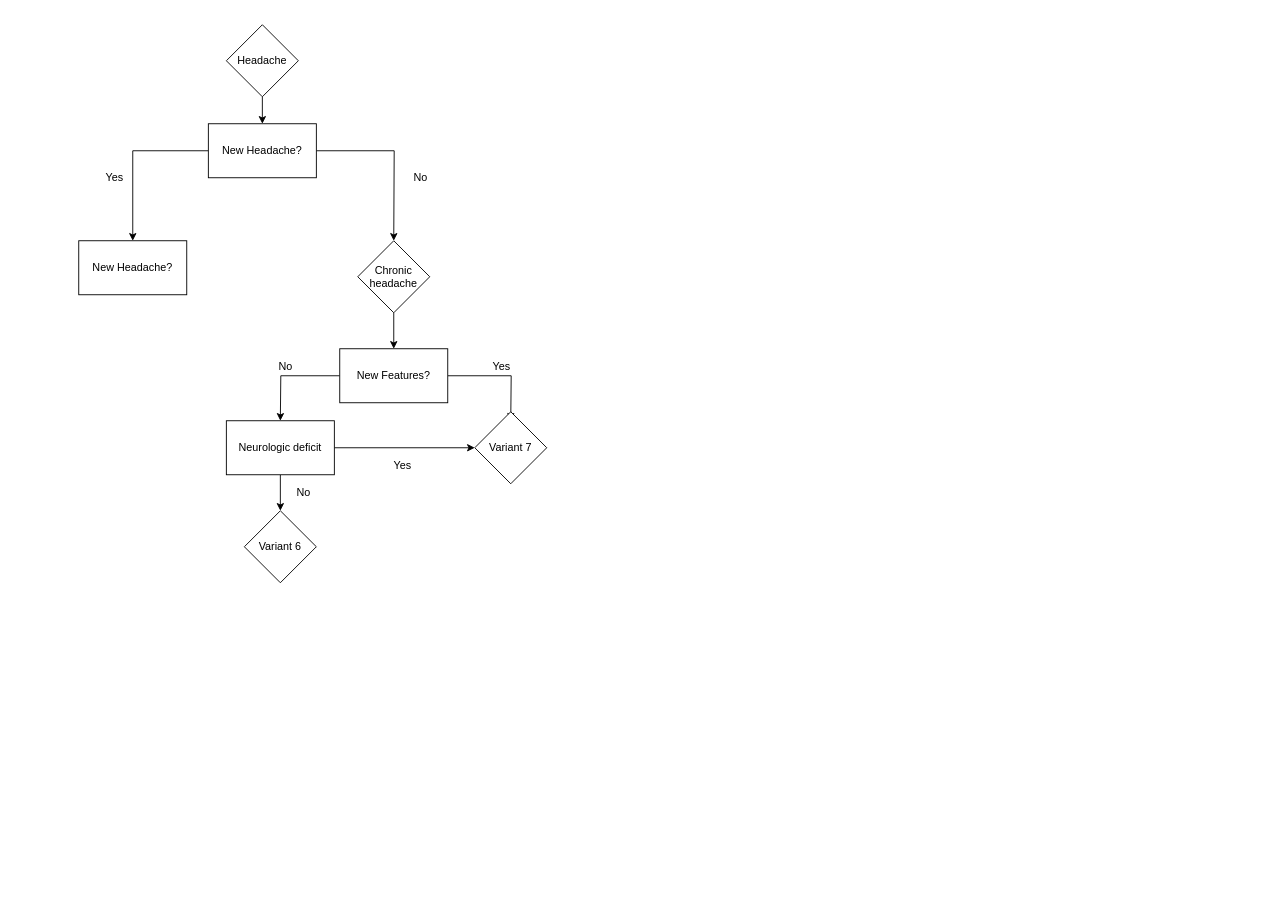
Above: Untitled Diagram.drawio in ColumbusDong/Boptum (draw.io), before the change. Source tidied: cells renumbered, new cells numbered last; positions are measured from the earlier drawing's top-left corner, leaving out a move shared by most shapes. Both pictures are drawn from the tidied source at 90%, with x=0, y=0 at pixel (78, 24).
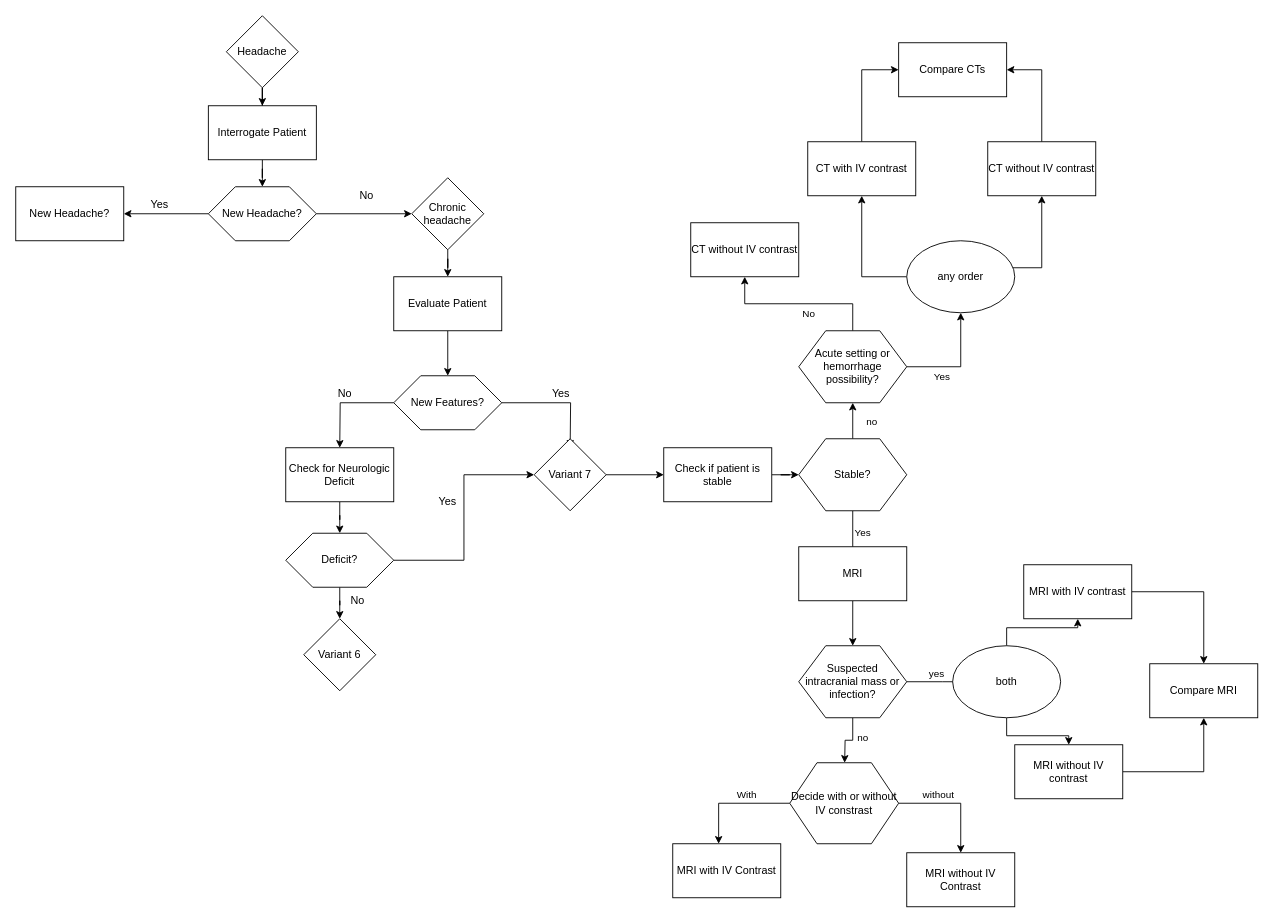
Above is the later version.

Commit message:
Variant 6 and 7 Complete

Change to the diagram source:
```diff
@@
-    <mxCell id="2" style="edgeStyle=orthogonalEdgeStyle;rounded=0;jettySize=auto;html=1;exitX=0.5;exitY=1;exitDx=0;exitDy=0;entryX=0.5;entryY=0;entryDx=0;entryDy=0;" parent="1" edge="1" source="3" target="6">
-      <mxGeometry relative="1" as="geometry" />
-    </mxCell>
+    <mxCell id="24" style="edgeStyle=orthogonalEdgeStyle;rounded=0;jettySize=auto;html=1;entryX=0.5;entryY=0;entryDx=0;entryDy=0;" parent="1" edge="1" source="3" target="29">
+      <mxGeometry relative="1" as="geometry" />
+    </mxCell>
     <mxCell id="3" value="Headache" style="rhombus;whiteSpace=wrap;html=1;" parent="1" vertex="1">
-      <mxGeometry x="164" width="80" height="80" as="geometry" />
+      <mxGeometry x="164" y="-10" width="80" height="80" as="geometry" />
     </mxCell>
@@
-    <mxCell id="5" style="edgeStyle=orthogonalEdgeStyle;rounded=0;jettySize=auto;html=1;" parent="1" edge="1" source="6">
-      <mxGeometry relative="1" as="geometry">
-        <mxPoint x="350" y="240" as="targetPoint" />
-      </mxGeometry>
+    <mxCell id="5" style="edgeStyle=orthogonalEdgeStyle;rounded=0;jettySize=auto;html=1;entryX=0;entryY=0.5;entryDx=0;entryDy=0;" parent="1" edge="1" source="6" target="11">
+      <mxGeometry relative="1" as="geometry" />
     </mxCell>
-    <mxCell id="6" value="New Headache?" style="rounded=0;whiteSpace=wrap;html=1;" parent="1" vertex="1">
-      <mxGeometry x="144" y="110" width="120" height="60" as="geometry" />
+    <mxCell id="6" value="New Headache?" style="shape=hexagon;perimeter=hexagonPerimeter2;rounded=0;whiteSpace=wrap;html=1;" parent="1" vertex="1">
+      <mxGeometry x="144" y="180" width="120" height="60" as="geometry" />
     </mxCell>
     <mxCell id="7" value="New Headache?" style="rounded=0;whiteSpace=wrap;html=1;" parent="1" vertex="1">
-      <mxGeometry y="240" width="120" height="60" as="geometry" />
+      <mxGeometry x="-70" y="180" width="120" height="60" as="geometry" />
     </mxCell>
     <mxCell id="8" value="Yes" style="text;html=1;strokeColor=none;fillColor=none;align=center;verticalAlign=middle;whiteSpace=wrap;rounded=0;" parent="1" vertex="1">
-      <mxGeometry x="20" y="160" width="40" height="20" as="geometry" />
+      <mxGeometry x="70" y="190" width="40" height="20" as="geometry" />
     </mxCell>
     <mxCell id="9" value="No" style="text;html=1;strokeColor=none;fillColor=none;align=center;verticalAlign=middle;whiteSpace=wrap;rounded=0;" parent="1" vertex="1">
-      <mxGeometry x="360" y="160" width="40" height="20" as="geometry" />
+      <mxGeometry x="300" y="180" width="40" height="20" as="geometry" />
     </mxCell>
-    <mxCell id="10" style="edgeStyle=orthogonalEdgeStyle;rounded=0;jettySize=auto;html=1;exitX=0.5;exitY=1;exitDx=0;exitDy=0;entryX=0.5;entryY=0;entryDx=0;entryDy=0;" parent="1" edge="1" source="11" target="14">
-      <mxGeometry relative="1" as="geometry" />
-    </mxCell>
+    <mxCell id="25" style="edgeStyle=orthogonalEdgeStyle;rounded=0;jettySize=auto;html=1;exitX=0.5;exitY=1;exitDx=0;exitDy=0;" parent="1" edge="1" source="11" target="31">
+      <mxGeometry relative="1" as="geometry" />
+    </mxCell>
     <mxCell id="11" value="Chronic headache" style="rhombus;whiteSpace=wrap;html=1;" parent="1" vertex="1">
-      <mxGeometry x="310" y="240" width="80" height="80" as="geometry" />
+      <mxGeometry x="370" y="170" width="80" height="80" as="geometry" />
     </mxCell>
     <mxCell id="12" style="edgeStyle=orthogonalEdgeStyle;rounded=0;jettySize=auto;html=1;" parent="1" edge="1" source="14">
       <mxGeometry relative="1" as="geometry">
-        <mxPoint x="224" y="440" as="targetPoint" />
+        <mxPoint x="290" y="470" as="targetPoint" />
       </mxGeometry>
     </mxCell>
     <mxCell id="13" style="edgeStyle=orthogonalEdgeStyle;rounded=0;jettySize=auto;html=1;" parent="1" edge="1" source="14">
       <mxGeometry relative="1" as="geometry">
-        <mxPoint x="480" y="440" as="targetPoint" />
+        <mxPoint x="546" y="470" as="targetPoint" />
       </mxGeometry>
     </mxCell>
-    <mxCell id="14" value="New Features?" style="rounded=0;whiteSpace=wrap;html=1;" parent="1" vertex="1">
-      <mxGeometry x="290" y="360" width="120" height="60" as="geometry" />
+    <mxCell id="14" value="New Features?" style="shape=hexagon;perimeter=hexagonPerimeter2;rounded=0;whiteSpace=wrap;html=1;" parent="1" vertex="1">
+      <mxGeometry x="350" y="390" width="120" height="60" as="geometry" />
     </mxCell>
     <mxCell id="15" value="Variant 6" style="rhombus;whiteSpace=wrap;html=1;" parent="1" vertex="1">
-      <mxGeometry x="184" y="540" width="80" height="80" as="geometry" />
+      <mxGeometry x="250" y="660" width="80" height="80" as="geometry" />
     </mxCell>
+    <mxCell id="26" style="edgeStyle=orthogonalEdgeStyle;rounded=0;jettySize=auto;html=1;entryX=0;entryY=0.5;entryDx=0;entryDy=0;" parent="1" edge="1" source="16" target="36">
+      <mxGeometry relative="1" as="geometry" />
+    </mxCell>
     <mxCell id="16" value="Variant 7" style="rhombus;whiteSpace=wrap;html=1;" parent="1" vertex="1">
-      <mxGeometry x="440" y="430" width="80" height="80" as="geometry" />
+      <mxGeometry x="506" y="460" width="80" height="80" as="geometry" />
     </mxCell>
     <mxCell id="17" value="No" style="text;html=1;strokeColor=none;fillColor=none;align=center;verticalAlign=middle;whiteSpace=wrap;rounded=0;" parent="1" vertex="1">
-      <mxGeometry x="210" y="370" width="40" height="20" as="geometry" />
+      <mxGeometry x="276" y="400" width="40" height="20" as="geometry" />
     </mxCell>
     <mxCell id="18" value="Yes" style="text;html=1;strokeColor=none;fillColor=none;align=center;verticalAlign=middle;whiteSpace=wrap;rounded=0;" parent="1" vertex="1">
-      <mxGeometry x="450" y="370" width="40" height="20" as="geometry" />
+      <mxGeometry x="516" y="400" width="40" height="20" as="geometry" />
     </mxCell>
-    <mxCell id="19" style="edgeStyle=orthogonalEdgeStyle;rounded=0;jettySize=auto;html=1;entryX=0.5;entryY=0;entryDx=0;entryDy=0;" parent="1" edge="1" source="21" target="15">
-      <mxGeometry relative="1" as="geometry" />
-    </mxCell>
-    <mxCell id="20" style="edgeStyle=orthogonalEdgeStyle;rounded=0;jettySize=auto;html=1;" parent="1" edge="1" source="21" target="16">
-      <mxGeometry relative="1" as="geometry" />
-    </mxCell>
+    <mxCell id="27" style="edgeStyle=orthogonalEdgeStyle;rounded=0;jettySize=auto;html=1;entryX=0.5;entryY=0;entryDx=0;entryDy=0;" parent="1" edge="1" source="21" target="34">
+      <mxGeometry relative="1" as="geometry" />
+    </mxCell>
-    <mxCell id="21" value="Neurologic deficit" style="rounded=0;whiteSpace=wrap;html=1;" parent="1" vertex="1">
-      <mxGeometry x="164" y="440" width="120" height="60" as="geometry" />
+    <mxCell id="21" value="Check for Neurologic Deficit" style="rounded=0;whiteSpace=wrap;html=1;" parent="1" vertex="1">
+      <mxGeometry x="230" y="470" width="120" height="60" as="geometry" />
     </mxCell>
     <mxCell id="22" value="No" style="text;html=1;strokeColor=none;fillColor=none;align=center;verticalAlign=middle;whiteSpace=wrap;rounded=0;" parent="1" vertex="1">
-      <mxGeometry x="230" y="510" width="40" height="20" as="geometry" />
+      <mxGeometry x="290" y="630" width="40" height="20" as="geometry" />
     </mxCell>
     <mxCell id="23" value="Yes" style="text;html=1;strokeColor=none;fillColor=none;align=center;verticalAlign=middle;whiteSpace=wrap;rounded=0;" parent="1" vertex="1">
-      <mxGeometry x="340" y="480" width="40" height="20" as="geometry" />
+      <mxGeometry x="390" y="520" width="40" height="20" as="geometry" />
     </mxCell>
+    <mxCell id="28" style="edgeStyle=orthogonalEdgeStyle;rounded=0;jettySize=auto;html=1;entryX=0.5;entryY=0;entryDx=0;entryDy=0;" parent="1" edge="1" source="29" target="6">
+      <mxGeometry relative="1" as="geometry" />
+    </mxCell>
+    <mxCell id="29" value="Interrogate Patient" style="rounded=0;whiteSpace=wrap;html=1;" parent="1" vertex="1">
+      <mxGeometry x="144" y="90" width="120" height="60" as="geometry" />
+    </mxCell>
+    <mxCell id="30" style="edgeStyle=orthogonalEdgeStyle;rounded=0;jettySize=auto;html=1;entryX=0.5;entryY=0;entryDx=0;entryDy=0;" parent="1" edge="1" source="31" target="14">
+      <mxGeometry relative="1" as="geometry" />
+    </mxCell>
+    <mxCell id="31" value="Evaluate Patient" style="rounded=0;whiteSpace=wrap;html=1;" parent="1" vertex="1">
+      <mxGeometry x="350" y="280" width="120" height="60" as="geometry" />
+    </mxCell>
+    <mxCell id="32" style="edgeStyle=orthogonalEdgeStyle;rounded=0;jettySize=auto;html=1;entryX=0;entryY=0.5;entryDx=0;entryDy=0;" parent="1" edge="1" source="34" target="16">
+      <mxGeometry relative="1" as="geometry" />
+    </mxCell>
+    <mxCell id="33" style="edgeStyle=orthogonalEdgeStyle;rounded=0;jettySize=auto;html=1;entryX=0.5;entryY=0;entryDx=0;entryDy=0;" parent="1" edge="1" source="34" target="15">
+      <mxGeometry relative="1" as="geometry" />
+    </mxCell>
+    <mxCell id="34" value="Deficit?" style="shape=hexagon;perimeter=hexagonPerimeter2;rounded=0;whiteSpace=wrap;html=1;" parent="1" vertex="1">
+      <mxGeometry x="230" y="565" width="120" height="60" as="geometry" />
+    </mxCell>
+    <mxCell id="35" style="edgeStyle=orthogonalEdgeStyle;rounded=0;jettySize=auto;html=1;entryX=0;entryY=0.5;entryDx=0;entryDy=0;" parent="1" edge="1" source="36" target="41">
+      <mxGeometry relative="1" as="geometry" />
+    </mxCell>
+    <mxCell id="36" value="Check if patient is stable" style="rounded=0;whiteSpace=wrap;html=1;" parent="1" vertex="1">
+      <mxGeometry x="650" y="470" width="120" height="60" as="geometry" />
+    </mxCell>
+    <mxCell id="37" style="edgeStyle=orthogonalEdgeStyle;rounded=0;jettySize=auto;html=1;" parent="1" edge="1" source="41">
+      <mxGeometry relative="1" as="geometry">
+        <mxPoint x="860" y="620" as="targetPoint" />
+      </mxGeometry>
+    </mxCell>
+    <mxCell id="38" value="Yes" style="edgeLabel;html=1;align=center;verticalAlign=middle;" parent="37" vertex="1">
+      <mxGeometry x="-0.07" y="3" relative="1" as="geometry">
+        <mxPoint x="7" y="-12.5" as="offset" />
+      </mxGeometry>
+    </mxCell>
+    <mxCell id="39" style="edgeStyle=orthogonalEdgeStyle;rounded=0;jettySize=auto;html=1;entryX=0.5;entryY=1;entryDx=0;entryDy=0;" parent="1" edge="1" source="41" target="49">
+      <mxGeometry relative="1" as="geometry" />
+    </mxCell>
+    <mxCell id="40" value="no" style="edgeLabel;html=1;align=center;verticalAlign=middle;" parent="39" vertex="1">
+      <mxGeometry y="1" relative="1" as="geometry">
+        <mxPoint x="21" as="offset" />
+      </mxGeometry>
+    </mxCell>
+    <mxCell id="41" value="Stable?" style="shape=hexagon;perimeter=hexagonPerimeter2;whiteSpace=wrap;html=1;" parent="1" vertex="1">
+      <mxGeometry x="800" y="460" width="120" height="80" as="geometry" />
+    </mxCell>
+    <mxCell id="42" value="CT without IV contrast" style="rounded=0;whiteSpace=wrap;html=1;" parent="1" vertex="1">
+      <mxGeometry x="680" y="220" width="120" height="60" as="geometry" />
+    </mxCell>
+    <mxCell id="43" style="edgeStyle=orthogonalEdgeStyle;rounded=0;jettySize=auto;html=1;entryX=0.5;entryY=0;entryDx=0;entryDy=0;" parent="1" edge="1" source="44" target="62">
+      <mxGeometry relative="1" as="geometry" />
+    </mxCell>
+    <mxCell id="44" value="MRI" style="rounded=0;whiteSpace=wrap;html=1;" parent="1" vertex="1">
+      <mxGeometry x="800" y="580" width="120" height="60" as="geometry" />
+    </mxCell>
+    <mxCell id="45" style="edgeStyle=orthogonalEdgeStyle;rounded=0;jettySize=auto;html=1;" parent="1" edge="1" source="49" target="42">
+      <mxGeometry relative="1" as="geometry" />
+    </mxCell>
+    <mxCell id="46" value="No" style="edgeLabel;html=1;align=center;verticalAlign=middle;" parent="45" vertex="1">
+      <mxGeometry x="-0.13" y="2" relative="1" as="geometry">
+        <mxPoint x="-2" y="8" as="offset" />
+      </mxGeometry>
+    </mxCell>
+    <mxCell id="47" style="edgeStyle=orthogonalEdgeStyle;rounded=0;jettySize=auto;html=1;exitX=1;exitY=0.5;exitDx=0;exitDy=0;entryX=0.5;entryY=1;entryDx=0;entryDy=0;" parent="1" edge="1" source="49" target="52">
+      <mxGeometry relative="1" as="geometry" />
+    </mxCell>
+    <mxCell id="48" value="Yes" style="edgeLabel;html=1;align=center;verticalAlign=middle;" parent="47" vertex="1">
+      <mxGeometry x="-0.37" y="1" relative="1" as="geometry">
+        <mxPoint y="11" as="offset" />
+      </mxGeometry>
+    </mxCell>
+    <mxCell id="49" value="Acute setting or hemorrhage possibility?" style="shape=hexagon;perimeter=hexagonPerimeter2;whiteSpace=wrap;html=1;" parent="1" vertex="1">
+      <mxGeometry x="800" y="340" width="120" height="80" as="geometry" />
+    </mxCell>
+    <mxCell id="50" style="edgeStyle=orthogonalEdgeStyle;rounded=0;jettySize=auto;html=1;entryX=0.5;entryY=1;entryDx=0;entryDy=0;" parent="1" edge="1" source="52" target="54">
+      <mxGeometry relative="1" as="geometry">
+        <Array as="points">
+          <mxPoint x="870" y="280" />
+        </Array>
+      </mxGeometry>
+    </mxCell>
+    <mxCell id="51" style="edgeStyle=orthogonalEdgeStyle;rounded=0;jettySize=auto;html=1;entryX=0.5;entryY=1;entryDx=0;entryDy=0;" parent="1" edge="1" source="52" target="56">
+      <mxGeometry relative="1" as="geometry">
+        <Array as="points">
+          <mxPoint x="1070" y="270" />
+          <mxPoint x="1070" y="270" />
+        </Array>
+      </mxGeometry>
+    </mxCell>
+    <mxCell id="52" value="any order" style="ellipse;whiteSpace=wrap;html=1;" parent="1" vertex="1">
+      <mxGeometry x="920" y="240" width="120" height="80" as="geometry" />
+    </mxCell>
+    <mxCell id="53" style="edgeStyle=orthogonalEdgeStyle;rounded=0;jettySize=auto;html=1;entryX=0;entryY=0.5;entryDx=0;entryDy=0;" parent="1" edge="1" source="54" target="57">
+      <mxGeometry relative="1" as="geometry" />
+    </mxCell>
+    <mxCell id="54" value="CT with IV contrast" style="rounded=0;whiteSpace=wrap;html=1;" parent="1" vertex="1">
+      <mxGeometry x="810" y="130" width="120" height="60" as="geometry" />
+    </mxCell>
+    <mxCell id="55" style="edgeStyle=orthogonalEdgeStyle;rounded=0;jettySize=auto;html=1;entryX=1;entryY=0.5;entryDx=0;entryDy=0;" parent="1" edge="1" source="56" target="57">
+      <mxGeometry relative="1" as="geometry" />
+    </mxCell>
+    <mxCell id="56" value="CT without IV contrast" style="rounded=0;whiteSpace=wrap;html=1;" parent="1" vertex="1">
+      <mxGeometry x="1010" y="130" width="120" height="60" as="geometry" />
+    </mxCell>
+    <mxCell id="57" value="Compare CTs" style="rounded=0;whiteSpace=wrap;html=1;" parent="1" vertex="1">
+      <mxGeometry x="911" y="20" width="120" height="60" as="geometry" />
+    </mxCell>
+    <mxCell id="58" style="edgeStyle=orthogonalEdgeStyle;rounded=0;jettySize=auto;html=1;" parent="1" edge="1" source="62">
+      <mxGeometry relative="1" as="geometry">
+        <mxPoint x="1000" y="730" as="targetPoint" />
+      </mxGeometry>
+    </mxCell>
+    <mxCell id="59" value="yes" style="edgeLabel;html=1;align=center;verticalAlign=middle;" parent="58" vertex="1">
+      <mxGeometry x="-0.2" y="-1" relative="1" as="geometry">
+        <mxPoint y="-11" as="offset" />
+      </mxGeometry>
+    </mxCell>
+    <mxCell id="60" style="edgeStyle=orthogonalEdgeStyle;rounded=0;jettySize=auto;html=1;" parent="1" edge="1" source="62">
+      <mxGeometry relative="1" as="geometry">
+        <mxPoint x="851" y="820" as="targetPoint" />
+      </mxGeometry>
+    </mxCell>
+    <mxCell id="61" value="no" style="edgeLabel;html=1;align=center;verticalAlign=middle;" parent="60" vertex="1">
+      <mxGeometry x="-0.29" y="1" relative="1" as="geometry">
+        <mxPoint x="9" as="offset" />
+      </mxGeometry>
+    </mxCell>
+    <mxCell id="62" value="Suspected intracranial mass or infection?" style="shape=hexagon;perimeter=hexagonPerimeter2;whiteSpace=wrap;html=1;" parent="1" vertex="1">
+      <mxGeometry x="800" y="690" width="120" height="80" as="geometry" />
+    </mxCell>
+    <mxCell id="63" style="edgeStyle=orthogonalEdgeStyle;rounded=0;jettySize=auto;html=1;entryX=0.5;entryY=1;entryDx=0;entryDy=0;" parent="1" edge="1" source="65" target="67">
+      <mxGeometry relative="1" as="geometry" />
+    </mxCell>
+    <mxCell id="64" style="edgeStyle=orthogonalEdgeStyle;rounded=0;jettySize=auto;html=1;entryX=0.5;entryY=0;entryDx=0;entryDy=0;" parent="1" edge="1" source="65" target="69">
+      <mxGeometry relative="1" as="geometry" />
+    </mxCell>
+    <mxCell id="65" value="both" style="ellipse;whiteSpace=wrap;html=1;" parent="1" vertex="1">
+      <mxGeometry x="971" y="690" width="120" height="80" as="geometry" />
+    </mxCell>
+    <mxCell id="66" style="edgeStyle=orthogonalEdgeStyle;rounded=0;jettySize=auto;html=1;entryX=0.5;entryY=0;entryDx=0;entryDy=0;" parent="1" edge="1" source="67" target="70">
+      <mxGeometry relative="1" as="geometry" />
+    </mxCell>
+    <mxCell id="67" value="MRI with IV contrast" style="rounded=0;whiteSpace=wrap;html=1;" parent="1" vertex="1">
+      <mxGeometry x="1050" y="600" width="120" height="60" as="geometry" />
+    </mxCell>
+    <mxCell id="68" style="edgeStyle=orthogonalEdgeStyle;rounded=0;jettySize=auto;html=1;entryX=0.5;entryY=1;entryDx=0;entryDy=0;" parent="1" edge="1" source="69" target="70">
+      <mxGeometry relative="1" as="geometry" />
+    </mxCell>
+    <mxCell id="69" value="MRI without IV contrast" style="rounded=0;whiteSpace=wrap;html=1;" parent="1" vertex="1">
+      <mxGeometry x="1040" y="800" width="120" height="60" as="geometry" />
+    </mxCell>
+    <mxCell id="70" value="Compare MRI" style="rounded=0;whiteSpace=wrap;html=1;" parent="1" vertex="1">
+      <mxGeometry x="1190" y="710" width="120" height="60" as="geometry" />
+    </mxCell>
+    <mxCell id="71" style="edgeStyle=orthogonalEdgeStyle;rounded=0;jettySize=auto;html=1;entryX=0.5;entryY=0;entryDx=0;entryDy=0;" parent="1" edge="1" source="75" target="77">
+      <mxGeometry relative="1" as="geometry" />
+    </mxCell>
+    <mxCell id="72" value="without" style="edgeLabel;html=1;align=center;verticalAlign=middle;" parent="71" vertex="1">
+      <mxGeometry x="-0.3" y="3" relative="1" as="geometry">
+        <mxPoint y="-7" as="offset" />
+      </mxGeometry>
+    </mxCell>
+    <mxCell id="73" style="edgeStyle=orthogonalEdgeStyle;rounded=0;jettySize=auto;html=1;entryX=0.425;entryY=0;entryDx=0;entryDy=0;entryPerimeter=0;" parent="1" edge="1" source="75" target="76">
+      <mxGeometry relative="1" as="geometry" />
+    </mxCell>
+    <mxCell id="74" value="With" style="edgeLabel;html=1;align=center;verticalAlign=middle;" parent="73" vertex="1">
+      <mxGeometry x="-0.23" y="2" relative="1" as="geometry">
+        <mxPoint x="-1" y="-12" as="offset" />
+      </mxGeometry>
+    </mxCell>
+    <mxCell id="75" value="Decide with or without IV constrast" style="shape=hexagon;perimeter=hexagonPerimeter2;whiteSpace=wrap;html=1;" parent="1" vertex="1">
+      <mxGeometry x="790" y="820" width="121" height="90" as="geometry" />
+    </mxCell>
+    <mxCell id="76" value="MRI with IV Contrast" style="rounded=0;whiteSpace=wrap;html=1;" parent="1" vertex="1">
+      <mxGeometry x="660" y="910" width="120" height="60" as="geometry" />
+    </mxCell>
+    <mxCell id="77" value="&lt;span&gt;MRI without IV Contrast&lt;/span&gt;" style="rounded=0;whiteSpace=wrap;html=1;" parent="1" vertex="1">
+      <mxGeometry x="920" y="920" width="120" height="60" as="geometry" />
+    </mxCell>
```
